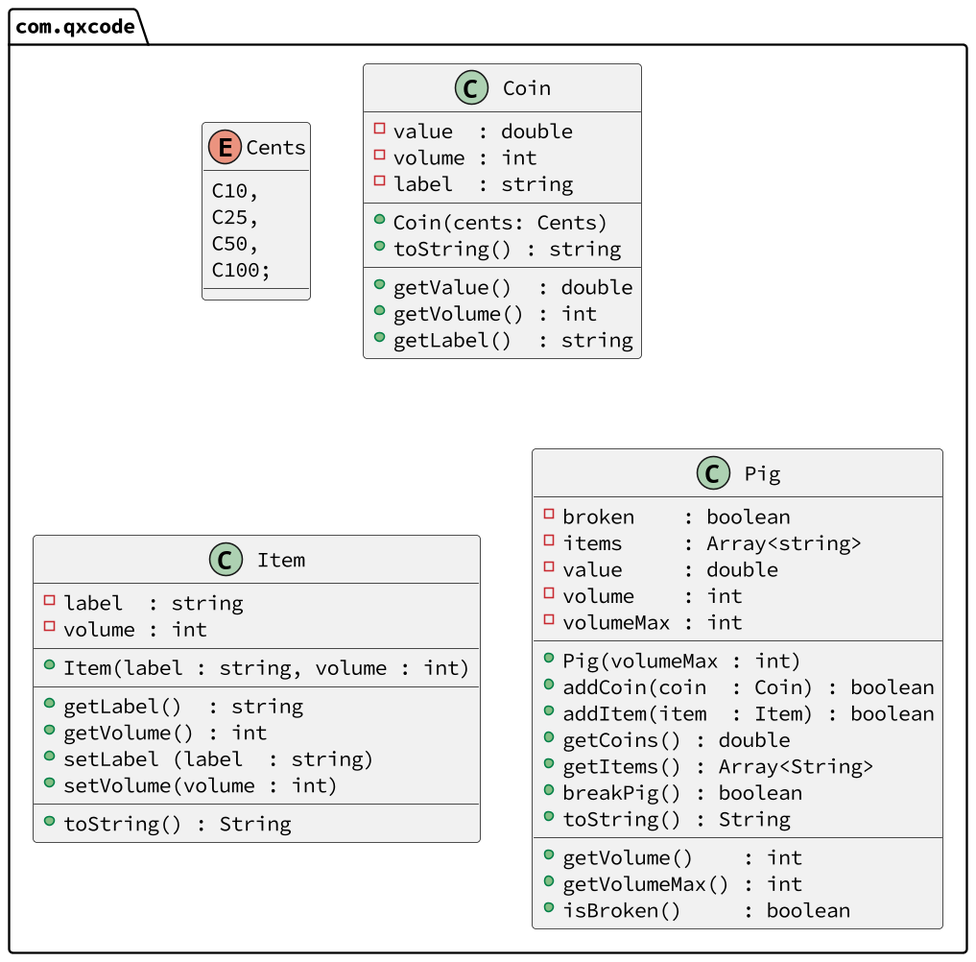
This is base/017/diagrama.png from qxcodepoo/arcade, a PlantUML export, as it was before one commit.
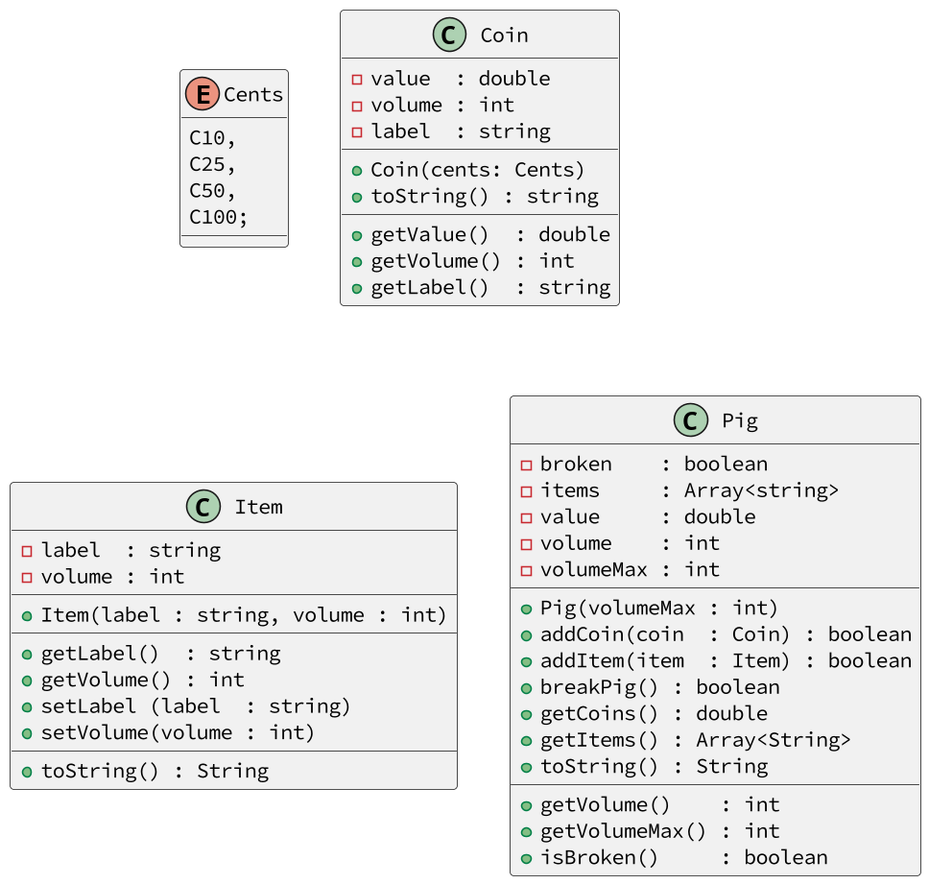
The same file after the commit.

Diff of the diagram source:
```diff
@@ -1,62 +1,54 @@
 @startuml
-
 skinparam defaultFontName Hasklig
 skinparam dpi 150
-
-package com.qxcode {
-  enum Cents{
-    C10,
-    C25,
-    C50,
-    C100;
-  }
-
-  class Coin {
-    - value  : double
-    - volume : int
-    - label  : string
-    __
-    + Coin(cents: Cents)
-    + toString() : string
-    __
-    + getValue()  : double
-    + getVolume() : int
-    + getLabel()  : string
-  }
-
-  class Item {
-    - label  : string
-    - volume : int
-    __
-    + Item(label : string, volume : int)
-    __
-    + getLabel()  : string
-    + getVolume() : int
-    + setLabel (label  : string)
-    + setVolume(volume : int)
-    __
-    + toString() : String
-  }
-
-  class Pig {
-    - broken    : boolean
-    - items     : Array<string>
-    - value     : double
-    - volume    : int
-    - volumeMax : int
-    __
-    + Pig(volumeMax : int)
-    + addCoin(coin  : Coin) : boolean
-    + addItem(item  : Item) : boolean
-    + getCoins() : double
-    + getItems() : Array<String>
-    + breakPig() : boolean
-    + toString() : String
-    __
-    + getVolume()    : int
-    + getVolumeMax() : int
-    + isBroken()     : boolean
-  }
+enum Cents{
+  C10,
+  C25,
+  C50,
+  C100;
 }
-
+class Coin {
+  - value  : double
+  - volume : int
+  - label  : string
+  __
+  + Coin(cents: Cents)
+  + toString() : string
+  __
+  + getValue()  : double
+  + getVolume() : int
+  + getLabel()  : string
+}
+class Item {
+  - label  : string
+  - volume : int
+  __
+  + Item(label : string, volume : int)
+  __
+  + getLabel()  : string
+  + getVolume() : int
+  + setLabel (label  : string)
+  + setVolume(volume : int)
+  __
+  + toString() : String
+}
+class Pig {
+  - broken    : boolean
+  - items     : Array<string>
+  - value     : double
+  - volume    : int
+  - volumeMax : int
+  __
+  + Pig(volumeMax : int)
+  + addCoin(coin  : Coin) : boolean
+  + addItem(item  : Item) : boolean
+  + breakPig() : boolean
+  + getCoins() : double
+  + getItems() : Array<String>
+  + toString() : String
+  __
+  + getVolume()    : int
+  + getVolumeMax() : int
+  + isBroken()     : boolean
+}
 @enduml
```
